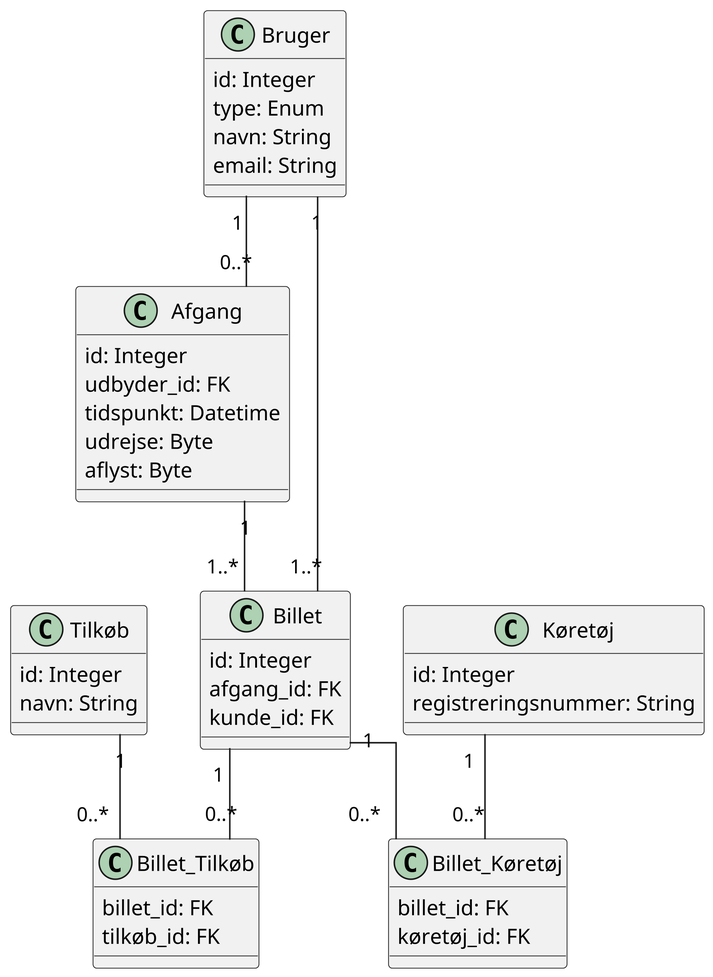
This is documentation/data_model.png from marc8193/H6PD080126, a PlantUML export, as it was before one commit.
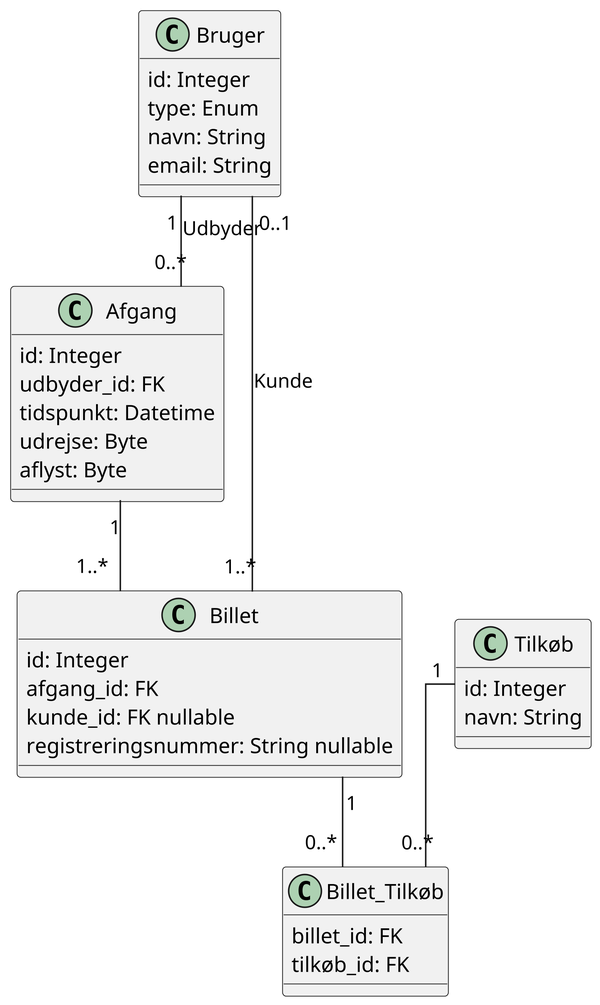
After the change.

Change to the diagram source:
```diff
@@ -20,7 +20,8 @@
 class Billet {
   id: Integer
   afgang_id: FK
-  kunde_id: FK
+  kunde_id: FK nullable
+  registreringsnummer: String nullable
 }
 
 class Tilkøb {
@@ -33,24 +34,11 @@
   tilkøb_id: FK
 }
 
-class Køretøj {
-  id: Integer
-  registreringsnummer: String
-}
-
-class Billet_Køretøj {
-  billet_id: FK
-  køretøj_id: FK
-}
-
-Bruger "1" -- "0..*" Afgang
+Bruger "1" -- "0..*" Afgang: Udbyder
 Afgang "1" -- "1..*" Billet
-Bruger "1" -- "1..*" Billet
+Bruger "0..1" -- "1..*" Billet: Kunde
 
 Billet "1" -- "0..*" Billet_Tilkøb
 Tilkøb "1" -- "0..*" Billet_Tilkøb
 
-Billet "1" -- "0..*" Billet_Køretøj
-Køretøj "1" -- "0..*" Billet_Køretøj
-
 @enduml
```
